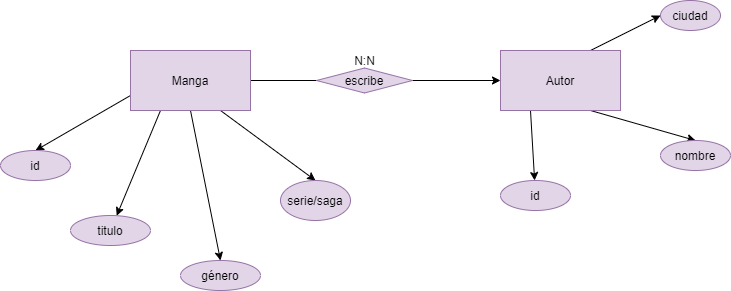
Before: mangadb.drawio.png, a diagram exported from draw.io (bamdab7/Mangas-REACT). Source tidied: cells renumbered, new cells last; positions are measured from the earlier drawing's top-left corner, leaving out a move shared by most shapes.
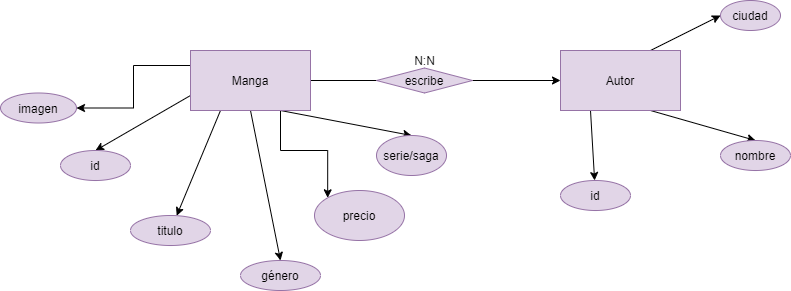
The same file after the commit.

Commit message:
actualizando diagrama

Diff of the diagram source:
```diff
@@ -17,6 +17,12 @@
     <mxCell id="6" style="edgeStyle=none;rounded=0;jettySize=auto;html=1;exitX=1;exitY=0.5;exitDx=0;exitDy=0;entryX=0;entryY=0.5;entryDx=0;entryDy=0;" parent="1" edge="1" source="7" target="16">
       <mxGeometry relative="1" as="geometry" />
     </mxCell>
+    <mxCell id="22" style="edgeStyle=orthogonalEdgeStyle;rounded=0;jettySize=auto;html=1;exitX=0.75;exitY=1;exitDx=0;exitDy=0;entryX=0;entryY=0;entryDx=0;entryDy=0;" parent="1" edge="1" source="7" target="24">
+      <mxGeometry relative="1" as="geometry" />
+    </mxCell>
+    <mxCell id="23" style="edgeStyle=orthogonalEdgeStyle;rounded=0;jettySize=auto;html=1;exitX=0;exitY=0.25;exitDx=0;exitDy=0;" parent="1" edge="1" source="7" target="25">
+      <mxGeometry relative="1" as="geometry" />
+    </mxCell>
     <mxCell id="7" value="Manga" style="rounded=0;whiteSpace=wrap;html=1;fillColor=#e1d5e7;strokeColor=#9673a6;" parent="1" vertex="1">
       <mxGeometry x="130" y="50" width="120" height="60" as="geometry" />
     </mxCell>
@@ -30,7 +36,7 @@
       <mxGeometry x="180" y="260" width="80" height="30" as="geometry" />
     </mxCell>
     <mxCell id="11" value="serie/saga" style="ellipse;whiteSpace=wrap;html=1;fillColor=#e1d5e7;strokeColor=#9673a6;" parent="1" vertex="1">
-      <mxGeometry x="280" y="180" width="70" height="40" as="geometry" />
+      <mxGeometry x="316" y="135" width="70" height="40" as="geometry" />
     </mxCell>
     <mxCell id="12" style="edgeStyle=orthogonalEdgeStyle;rounded=0;orthogonalLoop=1;jettySize=auto;html=1;exitX=0.5;exitY=1;exitDx=0;exitDy=0;" parent="1" edge="1" source="11" target="11">
       <mxGeometry relative="1" as="geometry" />
@@ -62,5 +68,11 @@
     <mxCell id="21" value="escribe" style="rhombus;whiteSpace=wrap;html=1;fillColor=#e1d5e7;strokeColor=#9673a6;" parent="1" vertex="1">
       <mxGeometry x="316" y="67.5" width="96" height="25" as="geometry" />
     </mxCell>
+    <mxCell id="24" value="precio" style="ellipse;whiteSpace=wrap;html=1;fillColor=#e1d5e7;strokeColor=#9673a6;" parent="1" vertex="1">
+      <mxGeometry x="254" y="190" width="90" height="50" as="geometry" />
+    </mxCell>
+    <mxCell id="25" value="imagen" style="ellipse;whiteSpace=wrap;html=1;fillColor=#e1d5e7;strokeColor=#9673a6;" parent="1" vertex="1">
+      <mxGeometry x="-60" y="92.5" width="76" height="30" as="geometry" />
+    </mxCell>
   </root>
 </mxGraphModel>
```
